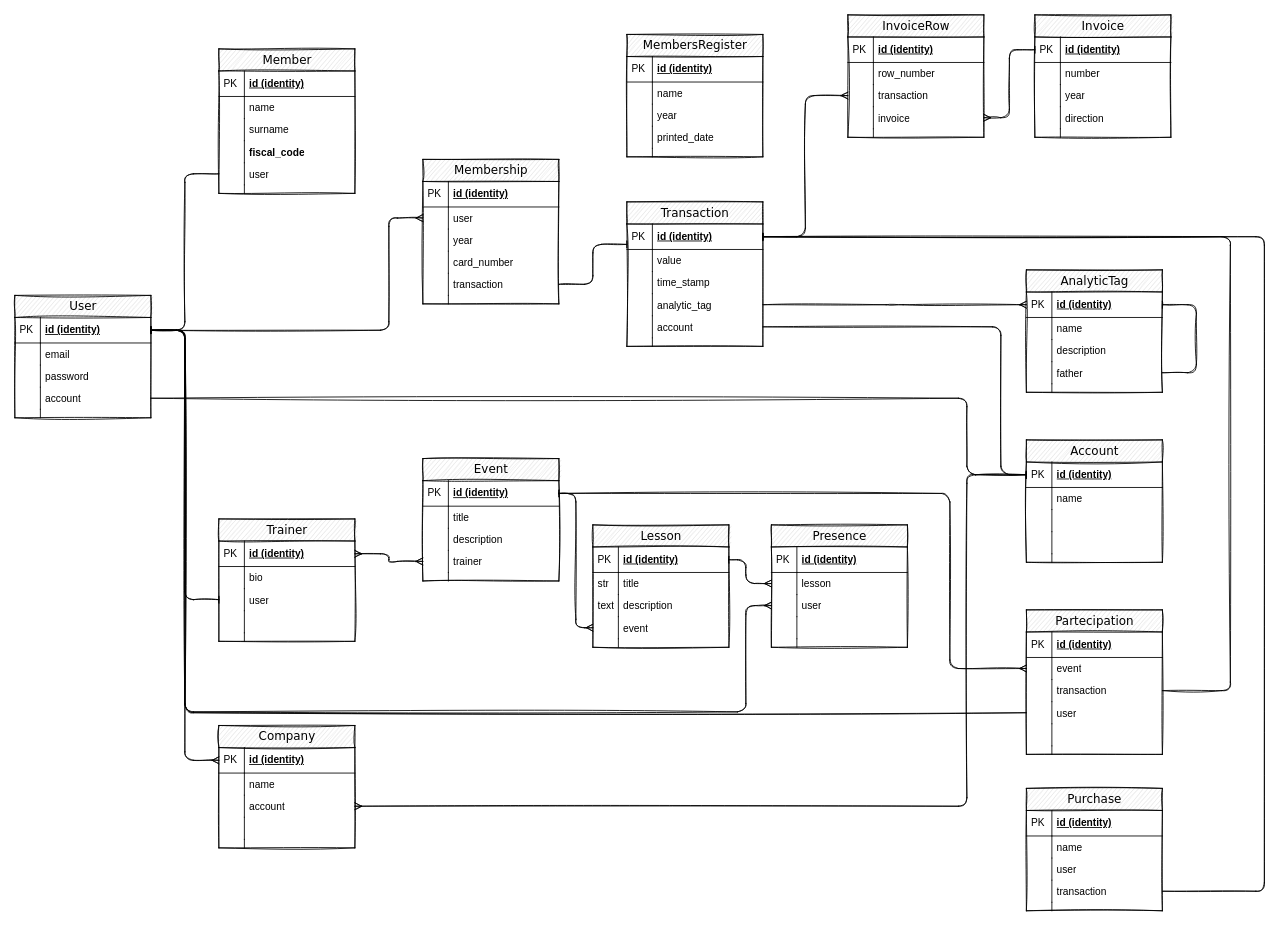
ConoscereLinux/asso-django keeps this draw.io diagram as doc/asso-er.drawio. Above is the earlier version. Source tidied: cells renumbered, new cells numbered last; positions are measured from the earlier drawing's top-left corner, leaving out a move shared by most shapes. Both pictures are drawn from the tidied source at 85%, with x=0, y=0 at pixel (14, 14).
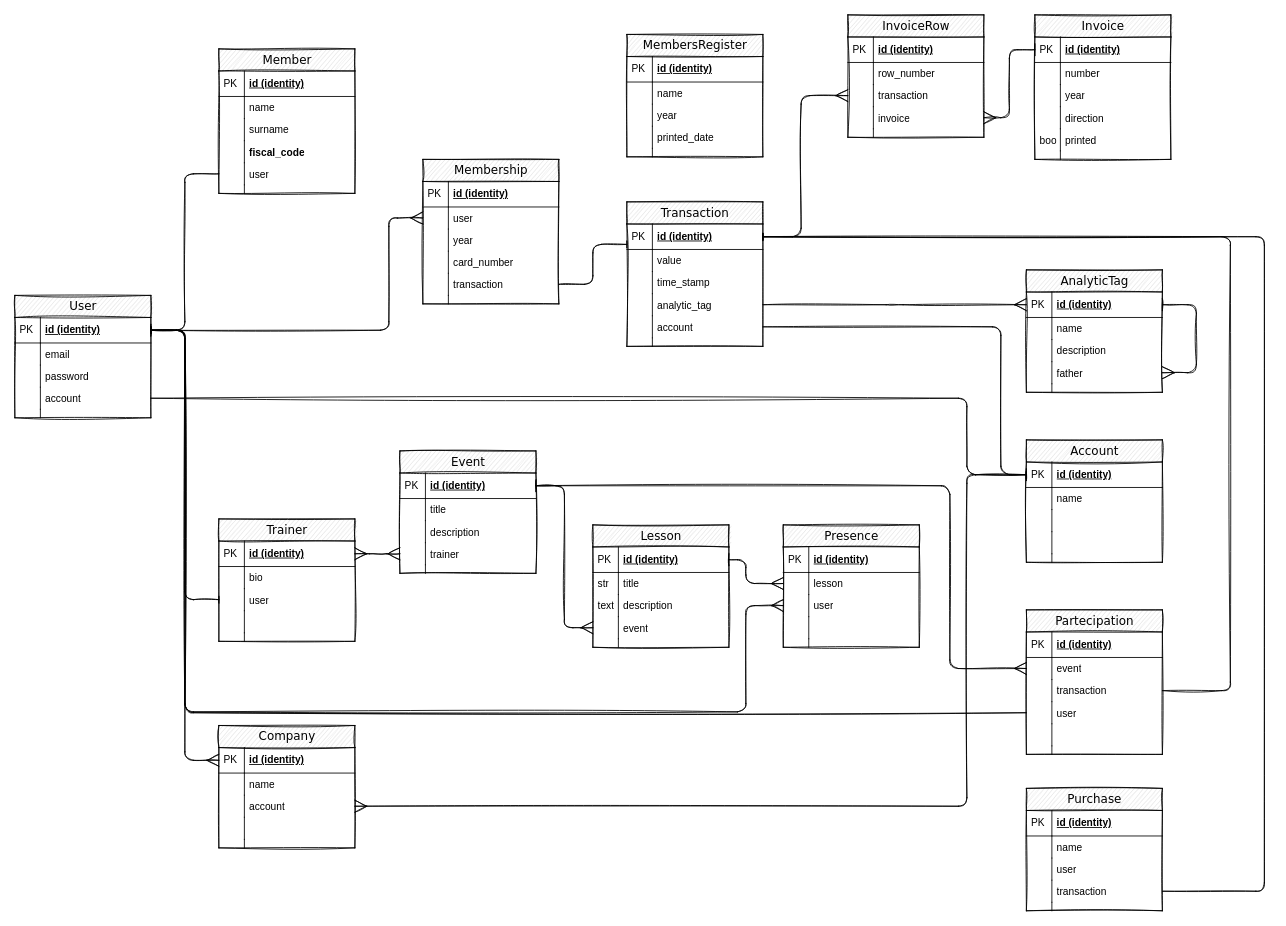
The same page after the edit.

Commit message:
Enlarged connector for readibility.

Unchanged cells that the change refers to:
```xml
<mxCell id="3" value="id (identity)" style="shape=partialRectangle;top=0;left=0;right=0;bottom=1;html=1;align=left;verticalAlign=middle;fillColor=none;spacingLeft=34;spacingRight=4;whiteSpace=wrap;overflow=hidden;points=[[0,0.5],[1,0.5]];portConstraint=eastwest;fontStyle=5;" parent="2" vertex="1">
  <mxGeometry y="26" width="160" height="30" as="geometry" />
</mxCell>
<mxCell id="30" value="user" style="shape=partialRectangle;top=0;left=0;right=0;bottom=0;html=1;align=left;verticalAlign=top;fillColor=none;spacingLeft=34;spacingRight=4;whiteSpace=wrap;overflow=hidden;points=[[0,0.5],[1,0.5]];portConstraint=eastwest;" parent="27" vertex="1">
  <mxGeometry y="56" width="160" height="26" as="geometry" />
</mxCell>
<mxCell id="42" value="id (identity)" style="shape=partialRectangle;top=0;left=0;right=0;bottom=1;html=1;align=left;verticalAlign=middle;fillColor=none;spacingLeft=34;spacingRight=4;whiteSpace=wrap;overflow=hidden;points=[[0,0.5],[1,0.5]];portConstraint=eastwest;fontStyle=5;" parent="41" vertex="1">
  <mxGeometry y="26" width="160" height="30" as="geometry" />
</mxCell>
<mxCell id="48" value="analytic_tag" style="shape=partialRectangle;top=0;left=0;right=0;bottom=0;html=1;align=left;verticalAlign=top;fillColor=none;spacingLeft=34;spacingRight=4;whiteSpace=wrap;overflow=hidden;points=[[0,0.5],[1,0.5]];portConstraint=eastwest;" parent="41" vertex="1">
  <mxGeometry y="108" width="160" height="26" as="geometry" />
</mxCell>
<mxCell id="55" value="AnalyticTag" style="swimlane;html=1;fontStyle=0;horizontal=1;startSize=26;fillColor=#e0e0e0;swimlaneFillColor=#ffffff;align=center;rounded=0;shadow=0;comic=0;labelBackgroundColor=none;strokeWidth=1;fontFamily=Verdana;fontSize=14;sketch=1;" parent="1" vertex="1">
  <mxGeometry x="1190" y="300" width="160" height="144" as="geometry" />
</mxCell>
<mxCell id="56" value="id (identity)" style="shape=partialRectangle;top=0;left=0;right=0;bottom=1;html=1;align=left;verticalAlign=middle;fillColor=none;spacingLeft=34;spacingRight=4;whiteSpace=wrap;overflow=hidden;points=[[0,0.5],[1,0.5]];portConstraint=eastwest;fontStyle=5;" parent="55" vertex="1">
  <mxGeometry y="26" width="160" height="30" as="geometry" />
</mxCell>
<mxCell id="63" value="father" style="shape=partialRectangle;top=0;left=0;right=0;bottom=0;html=1;align=left;verticalAlign=top;fillColor=none;spacingLeft=34;spacingRight=4;whiteSpace=wrap;overflow=hidden;points=[[0,0.5],[1,0.5]];portConstraint=eastwest;" parent="55" vertex="1">
  <mxGeometry y="108" width="160" height="26" as="geometry" />
</mxCell>
<mxCell id="69" value="id (identity)" style="shape=partialRectangle;top=0;left=0;right=0;bottom=1;html=1;align=left;verticalAlign=middle;fillColor=none;spacingLeft=34;spacingRight=4;whiteSpace=wrap;overflow=hidden;points=[[0,0.5],[1,0.5]];portConstraint=eastwest;fontStyle=5;" parent="68" vertex="1">
  <mxGeometry y="26" width="160" height="30" as="geometry" />
</mxCell>
<mxCell id="81" value="id (identity)" style="shape=partialRectangle;top=0;left=0;right=0;bottom=1;html=1;align=left;verticalAlign=middle;fillColor=none;spacingLeft=34;spacingRight=4;whiteSpace=wrap;overflow=hidden;points=[[0,0.5],[1,0.5]];portConstraint=eastwest;fontStyle=5;" parent="80" vertex="1">
  <mxGeometry y="26" width="160" height="30" as="geometry" />
</mxCell>
<mxCell id="87" value="trainer" style="shape=partialRectangle;top=0;left=0;right=0;bottom=0;html=1;align=left;verticalAlign=top;fillColor=none;spacingLeft=34;spacingRight=4;whiteSpace=wrap;overflow=hidden;points=[[0,0.5],[1,0.5]];portConstraint=eastwest;" parent="80" vertex="1">
  <mxGeometry y="108" width="160" height="26" as="geometry" />
</mxCell>
<mxCell id="94" value="event" style="shape=partialRectangle;top=0;left=0;right=0;bottom=0;html=1;align=left;verticalAlign=top;fillColor=none;spacingLeft=34;spacingRight=4;whiteSpace=wrap;overflow=hidden;points=[[0,0.5],[1,0.5]];portConstraint=eastwest;" parent="91" vertex="1">
  <mxGeometry y="56" width="160" height="26" as="geometry" />
</mxCell>
<mxCell id="121" value="id (identity)" style="shape=partialRectangle;top=0;left=0;right=0;bottom=1;html=1;align=left;verticalAlign=middle;fillColor=none;spacingLeft=34;spacingRight=4;whiteSpace=wrap;overflow=hidden;points=[[0,0.5],[1,0.5]];portConstraint=eastwest;fontStyle=5;" parent="120" vertex="1">
  <mxGeometry y="26" width="160" height="30" as="geometry" />
</mxCell>
<mxCell id="145" value="id (identity)" style="shape=partialRectangle;top=0;left=0;right=0;bottom=1;html=1;align=left;verticalAlign=middle;fillColor=none;spacingLeft=34;spacingRight=4;whiteSpace=wrap;overflow=hidden;points=[[0,0.5],[1,0.5]];portConstraint=eastwest;fontStyle=5;" parent="144" vertex="1">
  <mxGeometry y="26" width="160" height="30" as="geometry" />
</mxCell>
<mxCell id="151" value="event" style="shape=partialRectangle;top=0;left=0;right=0;bottom=0;html=1;align=left;verticalAlign=top;fillColor=none;spacingLeft=34;spacingRight=4;whiteSpace=wrap;overflow=hidden;points=[[0,0.5],[1,0.5]];portConstraint=eastwest;" parent="144" vertex="1">
  <mxGeometry y="108" width="160" height="26" as="geometry" />
</mxCell>
<mxCell id="159" value="lesson" style="shape=partialRectangle;top=0;left=0;right=0;bottom=0;html=1;align=left;verticalAlign=top;fillColor=none;spacingLeft=34;spacingRight=4;whiteSpace=wrap;overflow=hidden;points=[[0,0.5],[1,0.5]];portConstraint=eastwest;" parent="156" vertex="1">
  <mxGeometry y="56" width="160" height="26" as="geometry" />
</mxCell>
<mxCell id="161" value="user" style="shape=partialRectangle;top=0;left=0;right=0;bottom=0;html=1;align=left;verticalAlign=top;fillColor=none;spacingLeft=34;spacingRight=4;whiteSpace=wrap;overflow=hidden;points=[[0,0.5],[1,0.5]];portConstraint=eastwest;" parent="156" vertex="1">
  <mxGeometry y="82" width="160" height="26" as="geometry" />
</mxCell>
<mxCell id="170" value="id (identity)" style="shape=partialRectangle;top=0;left=0;right=0;bottom=1;html=1;align=left;verticalAlign=middle;fillColor=none;spacingLeft=34;spacingRight=4;whiteSpace=wrap;overflow=hidden;points=[[0,0.5],[1,0.5]];portConstraint=eastwest;fontStyle=5;" parent="169" vertex="1">
  <mxGeometry y="26" width="160" height="30" as="geometry" />
</mxCell>
<mxCell id="185" value="transaction" style="shape=partialRectangle;top=0;left=0;right=0;bottom=0;html=1;align=left;verticalAlign=top;fillColor=none;spacingLeft=34;spacingRight=4;whiteSpace=wrap;overflow=hidden;points=[[0,0.5],[1,0.5]];portConstraint=eastwest;" parent="180" vertex="1">
  <mxGeometry y="82" width="160" height="26" as="geometry" />
</mxCell>
<mxCell id="187" value="invoice" style="shape=partialRectangle;top=0;left=0;right=0;bottom=0;html=1;align=left;verticalAlign=top;fillColor=none;spacingLeft=34;spacingRight=4;whiteSpace=wrap;overflow=hidden;points=[[0,0.5],[1,0.5]];portConstraint=eastwest;" parent="180" vertex="1">
  <mxGeometry y="108" width="160" height="26" as="geometry" />
</mxCell>
<mxCell id="194" value="id (identity)" style="shape=partialRectangle;top=0;left=0;right=0;bottom=1;html=1;align=left;verticalAlign=middle;fillColor=none;spacingLeft=34;spacingRight=4;whiteSpace=wrap;overflow=hidden;points=[[0,0.5],[1,0.5]];portConstraint=eastwest;fontStyle=5;" parent="193" vertex="1">
  <mxGeometry y="26" width="160" height="30" as="geometry" />
</mxCell>
<mxCell id="198" value="account" style="shape=partialRectangle;top=0;left=0;right=0;bottom=0;html=1;align=left;verticalAlign=top;fillColor=none;spacingLeft=34;spacingRight=4;whiteSpace=wrap;overflow=hidden;points=[[0,0.5],[1,0.5]];portConstraint=eastwest;" parent="193" vertex="1">
  <mxGeometry y="82" width="160" height="26" as="geometry" />
</mxCell>
```

Change to the diagram source:
```diff
@@
-    <mxCell id="40" style="edgeStyle=elbowEdgeStyle;rounded=1;jettySize=auto;html=1;endArrow=ERmany;endFill=0;sketch=1;" parent="1" edge="1" source="3" target="30">
+    <mxCell id="40" style="edgeStyle=elbowEdgeStyle;rounded=1;jettySize=auto;html=1;endArrow=ERmany;endFill=0;sketch=1;jumpSize=12;endSize=12;startSize=12;" parent="1" edge="1" source="3" target="30">
       <mxGeometry relative="1" as="geometry">
         <Array as="points">
           <mxPoint x="440" y="300" />
           <mxPoint x="480" y="290" />
         </Array>
       </mxGeometry>
     </mxCell>
@@
-    <mxCell id="62" style="edgeStyle=elbowEdgeStyle;rounded=1;sketch=1;jettySize=auto;html=1;endArrow=baseDash;endFill=0;" parent="55" edge="1" source="63" target="56">
+    <mxCell id="62" style="edgeStyle=elbowEdgeStyle;rounded=1;sketch=1;jettySize=auto;html=1;endArrow=baseDash;endFill=0;endSize=12;startSize=12;startArrow=ERmany;startFill=0;" parent="55" edge="1" source="63" target="56">
       <mxGeometry relative="1" as="geometry">
         <Array as="points">
           <mxPoint x="200" y="90" />
         </Array>
       </mxGeometry>
     </mxCell>
@@
-    <mxCell id="67" style="edgeStyle=elbowEdgeStyle;rounded=1;sketch=1;jettySize=auto;html=1;endArrow=ERmany;endFill=0;" parent="1" edge="1" source="48" target="56">
+    <mxCell id="67" style="edgeStyle=elbowEdgeStyle;rounded=1;sketch=1;jettySize=auto;html=1;endArrow=ERmany;endFill=0;endSize=12;startSize=12;" parent="1" edge="1" source="48" target="56">
       <mxGeometry relative="1" as="geometry" />
     </mxCell>
@@
     <mxCell id="80" value="Event" style="swimlane;html=1;fontStyle=0;horizontal=1;startSize=26;fillColor=#e0e0e0;swimlaneFillColor=#ffffff;align=center;rounded=0;shadow=0;comic=0;labelBackgroundColor=none;strokeWidth=1;fontFamily=Verdana;fontSize=14;sketch=1;" parent="1" vertex="1">
-      <mxGeometry x="480" y="522" width="160" height="144" as="geometry" />
+      <mxGeometry x="453" y="513" width="160" height="144" as="geometry" />
     </mxCell>
@@
-    <mxCell id="106" style="edgeStyle=elbowEdgeStyle;rounded=1;sketch=1;jettySize=auto;html=1;endArrow=ERmany;endFill=0;startArrow=ERmany;startFill=0;" parent="1" edge="1" source="69" target="87">
+    <mxCell id="106" style="edgeStyle=elbowEdgeStyle;rounded=1;sketch=1;jettySize=auto;html=1;endArrow=ERmany;endFill=0;startArrow=ERmany;startFill=0;endSize=12;startSize=12;" parent="1" edge="1" source="69" target="87">
       <mxGeometry relative="1" as="geometry" />
     </mxCell>
-    <mxCell id="107" style="edgeStyle=elbowEdgeStyle;rounded=1;sketch=1;jettySize=auto;html=1;endArrow=ERmany;endFill=0;" parent="1" edge="1" source="81" target="94">
+    <mxCell id="107" style="edgeStyle=elbowEdgeStyle;rounded=1;sketch=1;jettySize=auto;html=1;endArrow=ERmany;endFill=0;endSize=12;startSize=12;" parent="1" edge="1" source="81" target="94">
       <mxGeometry relative="1" as="geometry">
         <Array as="points">
           <mxPoint x="1100" y="660" />
           <mxPoint x="960" y="620" />
           <mxPoint x="860" y="660" />
         </Array>
       </mxGeometry>
     </mxCell>
@@
-    <mxCell id="155" style="edgeStyle=orthogonalEdgeStyle;jettySize=auto;html=1;endArrow=baseDash;endFill=0;startArrow=ERmany;startFill=0;rounded=1;sketch=1;" parent="1" edge="1" source="151" target="81">
+    <mxCell id="155" style="edgeStyle=orthogonalEdgeStyle;jettySize=auto;html=1;endArrow=baseDash;endFill=0;startArrow=ERmany;startFill=0;rounded=1;sketch=1;endSize=12;startSize=12;" parent="1" edge="1" source="151" target="81">
       <mxGeometry relative="1" as="geometry" />
     </mxCell>
     <mxCell id="156" value="Presence" style="swimlane;html=1;fontStyle=0;horizontal=1;startSize=26;fillColor=#e0e0e0;swimlaneFillColor=#ffffff;align=center;rounded=0;shadow=0;comic=0;labelBackgroundColor=none;strokeWidth=1;fontFamily=Verdana;fontSize=14;sketch=1;" parent="1" vertex="1">
-      <mxGeometry x="890" y="600" width="160" height="144" as="geometry" />
+      <mxGeometry x="904" y="600" width="160" height="144" as="geometry" />
     </mxCell>
@@
-    <mxCell id="167" style="edgeStyle=orthogonalEdgeStyle;rounded=1;sketch=1;jettySize=auto;html=1;startArrow=ERmany;startFill=0;endArrow=baseDash;endFill=0;" parent="1" edge="1" source="161" target="3">
+    <mxCell id="167" style="edgeStyle=orthogonalEdgeStyle;rounded=1;sketch=1;jettySize=auto;html=1;startArrow=ERmany;startFill=0;endArrow=baseDash;endFill=0;startSize=12;" parent="1" edge="1" source="161" target="3">
       <mxGeometry relative="1" as="geometry">
         <Array as="points">
           <mxPoint x="860" y="695" />
           <mxPoint x="860" y="820" />
           <mxPoint x="200" y="820" />
           <mxPoint x="200" y="371" />
         </Array>
       </mxGeometry>
     </mxCell>
-    <mxCell id="168" style="edgeStyle=orthogonalEdgeStyle;rounded=1;sketch=1;jettySize=auto;html=1;startArrow=ERmany;startFill=0;endArrow=baseDash;endFill=0;" parent="1" edge="1" source="159" target="145">
+    <mxCell id="168" style="edgeStyle=orthogonalEdgeStyle;rounded=1;sketch=1;jettySize=auto;html=1;startArrow=ERmany;startFill=0;endArrow=baseDash;endFill=0;endSize=12;startSize=12;" parent="1" edge="1" source="159" target="145">
       <mxGeometry relative="1" as="geometry">
         <Array as="points">
           <mxPoint x="860" y="669" />
           <mxPoint x="860" y="641" />
         </Array>
       </mxGeometry>
     </mxCell>
-    <mxCell id="169" value="Invoice" style="swimlane;html=1;fontStyle=0;horizontal=1;startSize=26;fillColor=#e0e0e0;swimlaneFillColor=#ffffff;align=center;rounded=0;shadow=0;comic=0;labelBackgroundColor=none;strokeWidth=1;fontFamily=Verdana;fontSize=14;sketch=1;" parent="1" vertex="1">
-      <mxGeometry x="1200" width="160" height="144" as="geometry" />
+    <mxCell id="169" value="Invoice" style="swimlane;html=1;fontStyle=0;horizontal=1;startSize=26;fillColor=#e0e0e0;swimlaneFillColor=#ffffff;align=center;rounded=0;shadow=0;comic=0;labelBackgroundColor=none;strokeWidth=1;fontFamily=Verdana;fontSize=14;sketch=1;swimlaneHead=1;swimlaneBody=1;noLabel=0;perimeter=rectanglePerimeter;" parent="1" vertex="1">
+      <mxGeometry x="1200" width="160" height="170" as="geometry" />
     </mxCell>
@@
+    <mxCell id="206" value="printed" style="shape=partialRectangle;top=0;left=0;right=0;bottom=0;html=1;align=left;verticalAlign=top;fillColor=none;spacingLeft=34;spacingRight=4;whiteSpace=wrap;overflow=hidden;" parent="169" vertex="1">
+      <mxGeometry y="134" width="160" height="26" as="geometry" />
+    </mxCell>
+    <mxCell id="207" value="bool" style="shape=partialRectangle;top=0;left=0;bottom=0;html=1;fillColor=none;align=left;verticalAlign=top;spacingLeft=4;spacingRight=4;whiteSpace=wrap;overflow=hidden;" parent="206" vertex="1">
+      <mxGeometry width="30" height="26" as="geometry" />
+    </mxCell>
     <mxCell id="178" style="shape=partialRectangle;top=0;left=0;right=0;bottom=0;html=1;align=left;verticalAlign=top;fillColor=none;spacingLeft=34;spacingRight=4;whiteSpace=wrap;overflow=hidden;" parent="169" vertex="1">
-      <mxGeometry y="134" width="160" height="10" as="geometry" />
+      <mxGeometry y="160" width="160" height="10" as="geometry" />
     </mxCell>
@@
-    <mxCell id="191" style="edgeStyle=orthogonalEdgeStyle;rounded=1;sketch=1;jettySize=auto;html=1;startArrow=ERmany;startFill=0;endArrow=baseDash;endFill=0;" parent="1" edge="1" source="185" target="42">
+    <mxCell id="191" style="edgeStyle=orthogonalEdgeStyle;rounded=1;sketch=1;jettySize=auto;html=1;startArrow=ERmany;startFill=0;endArrow=baseDash;endFill=0;startSize=12;" parent="1" edge="1" source="185" target="42">
       <mxGeometry relative="1" as="geometry" />
     </mxCell>
-    <mxCell id="192" style="edgeStyle=orthogonalEdgeStyle;rounded=1;sketch=1;jettySize=auto;html=1;startArrow=ERmany;startFill=0;endArrow=baseDash;endFill=0;" parent="1" edge="1" source="187" target="170">
+    <mxCell id="192" style="edgeStyle=orthogonalEdgeStyle;rounded=1;sketch=1;jettySize=auto;html=1;startArrow=ERmany;startFill=0;endArrow=baseDash;endFill=0;endSize=12;startSize=12;" parent="1" edge="1" source="187" target="170">
       <mxGeometry relative="1" as="geometry" />
     </mxCell>
@@
-    <mxCell id="204" style="edgeStyle=orthogonalEdgeStyle;rounded=1;sketch=1;jettySize=auto;html=1;entryX=1;entryY=0.5;entryDx=0;entryDy=0;startArrow=ERmany;startFill=0;endArrow=baseDash;endFill=0;" parent="1" edge="1" source="194" target="3">
+    <mxCell id="204" style="edgeStyle=orthogonalEdgeStyle;rounded=1;sketch=1;jettySize=auto;html=1;entryX=1;entryY=0.5;entryDx=0;entryDy=0;startArrow=ERmany;startFill=0;endArrow=baseDash;endFill=0;endSize=12;startSize=12;" parent="1" edge="1" source="194" target="3">
       <mxGeometry relative="1" as="geometry" />
     </mxCell>
-    <mxCell id="205" style="edgeStyle=orthogonalEdgeStyle;rounded=1;sketch=1;jettySize=auto;html=1;startArrow=ERmany;startFill=0;endArrow=baseDash;endFill=0;" parent="1" edge="1" source="198" target="121">
+    <mxCell id="205" style="edgeStyle=orthogonalEdgeStyle;rounded=1;sketch=1;jettySize=auto;html=1;startArrow=ERmany;startFill=0;endArrow=baseDash;endFill=0;endSize=12;startSize=12;" parent="1" edge="1" source="198" target="121">
       <mxGeometry relative="1" as="geometry">
         <Array as="points">
           <mxPoint x="1120" y="931" />
           <mxPoint x="1120" y="541" />
         </Array>
       </mxGeometry>
     </mxCell>
```
